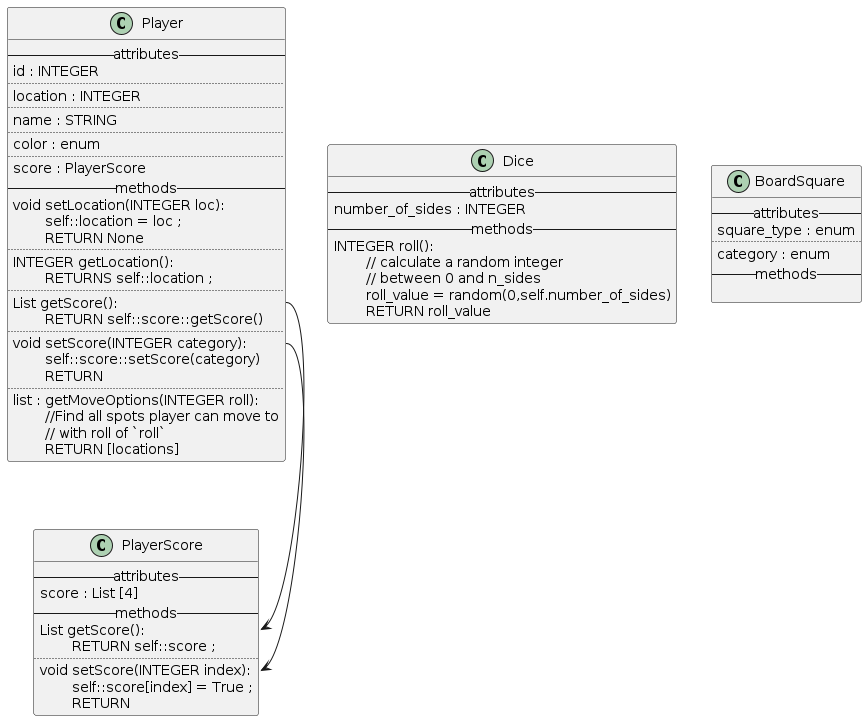
The PlantUML diagram Class_Diagrams/server_pseudocode.png in ttimmer2/TrivialCompute, before a commit. The source it was exported from:
```plantuml
@startuml
class Player {
  --attributes--
  id : INTEGER
  ..
  location : INTEGER
  ..
  name : STRING
  ..
  color : enum
  ..
  score : PlayerScore
  --methods--
  void setLocation(INTEGER loc):
  \tself::location = loc ;
  \tRETURN None
  ..
  INTEGER getLocation():
  \tRETURNS self::location ;
  ..
  List getScore():
  \tRETURN self::score::getScore()
  ..
  void setScore(INTEGER category):
  \tself::score::setScore(category)
  \tRETURN
  ..
  list : getMoveOptions(INTEGER roll):
  \t//Find all spots player can move to
  \t// with roll of `roll`
  \tRETURN [locations]
}

class PlayerScore{
  --attributes--
  score : List [4]
  --methods--
  List getScore():
  \tRETURN self::score ;
  ..
  void setScore(INTEGER index):
  \tself::score[index] = True ;
  \tRETURN
}

class Dice{
  --attributes--
  number_of_sides : INTEGER
  --methods--
  INTEGER roll():
  \t// calculate a random integer
  \t// between 0 and n_sides
  \troll_value = random(0,self.number_of_sides)
  \tRETURN roll_value
}

class BoardSquare{
  --attributes--
  square_type : enum
  ..
  category : enum
  --methods--

}

Player::getScore --> PlayerScore::getScore
Player::setScore --> PlayerScore::setScore

@enduml
```
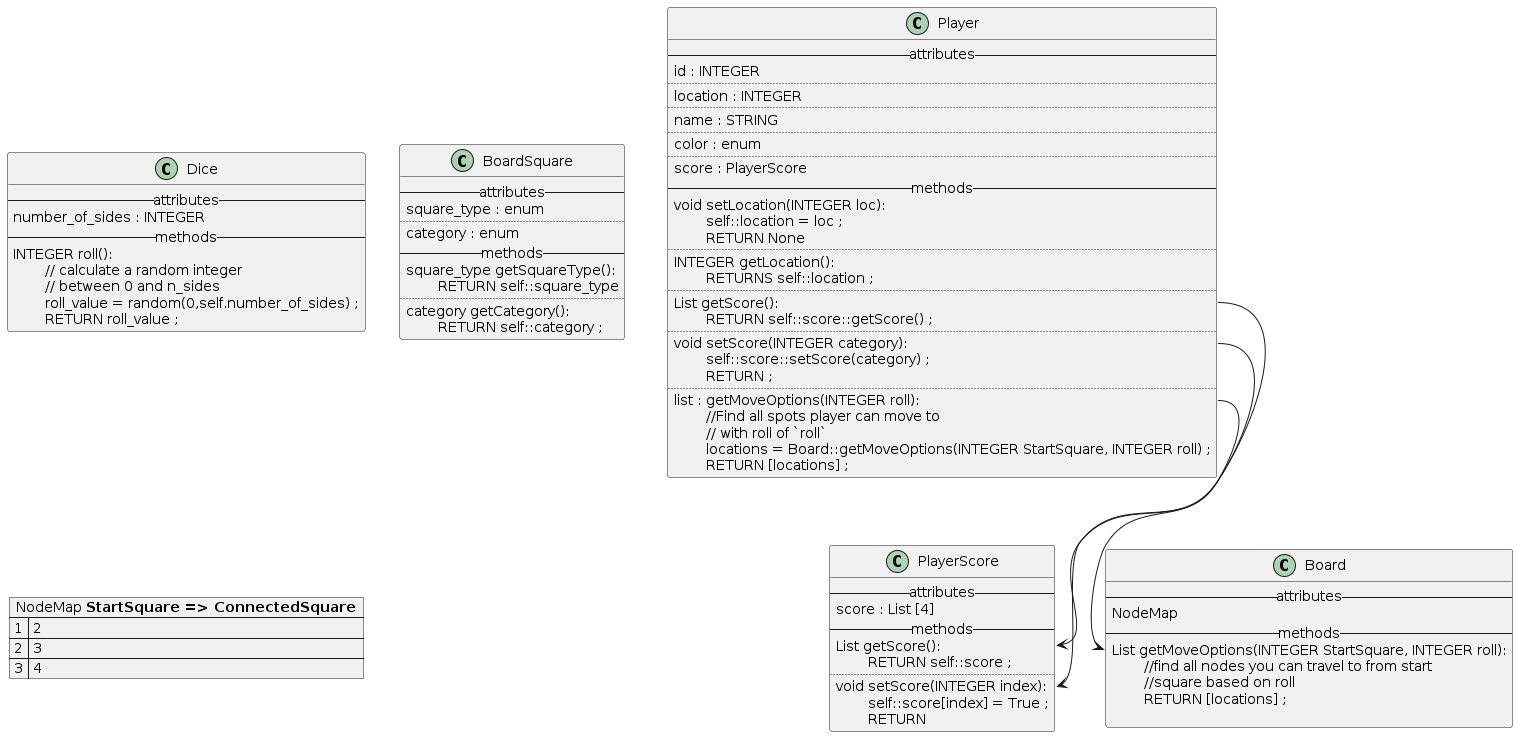
Later version of the same file.

Diff of the diagram source:
```diff
@@ -19,16 +19,17 @@
   \tRETURNS self::location ;
   ..
   List getScore():
-  \tRETURN self::score::getScore()
+  \tRETURN self::score::getScore() ;
   ..
   void setScore(INTEGER category):
-  \tself::score::setScore(category)
-  \tRETURN
+  \tself::score::setScore(category) ;
+  \tRETURN ;
   ..
   list : getMoveOptions(INTEGER roll):
   \t//Find all spots player can move to
   \t// with roll of `roll`
-  \tRETURN [locations]
+  \tlocations = Board::getMoveOptions(INTEGER StartSquare, INTEGER roll) ;
+  \tRETURN [locations] ;
 }
 
 class PlayerScore{
@@ -50,8 +51,8 @@
   INTEGER roll():
   \t// calculate a random integer
   \t// between 0 and n_sides
-  \troll_value = random(0,self.number_of_sides)
-  \tRETURN roll_value
+  \troll_value = random(0,self.number_of_sides) ;
+  \tRETURN roll_value ;
 }
 
 class BoardSquare{
@@ -60,10 +61,32 @@
   ..
   category : enum
   --methods--
+  square_type getSquareType():
+  \tRETURN self::square_type
+  ..
+  category getCategory():
+  \tRETURN self::category ;
+}
+
+map "NodeMap **StartSquare => ConnectedSquare**" as NodeMap {
+1 => 2
+2 => 3
+3 => 4
+}
+
+Class Board{
+  --attributes--
+  NodeMap
+  --methods--
+  List getMoveOptions(INTEGER StartSquare, INTEGER roll):
+  \t//find all nodes you can travel to from start
+  \t//square based on roll
+  \tRETURN [locations] ;
 
 }
 
 Player::getScore --> PlayerScore::getScore
 Player::setScore --> PlayerScore::setScore
+Player::getMoveOptions --> Board::getMoveOptions
 
 @enduml
```
